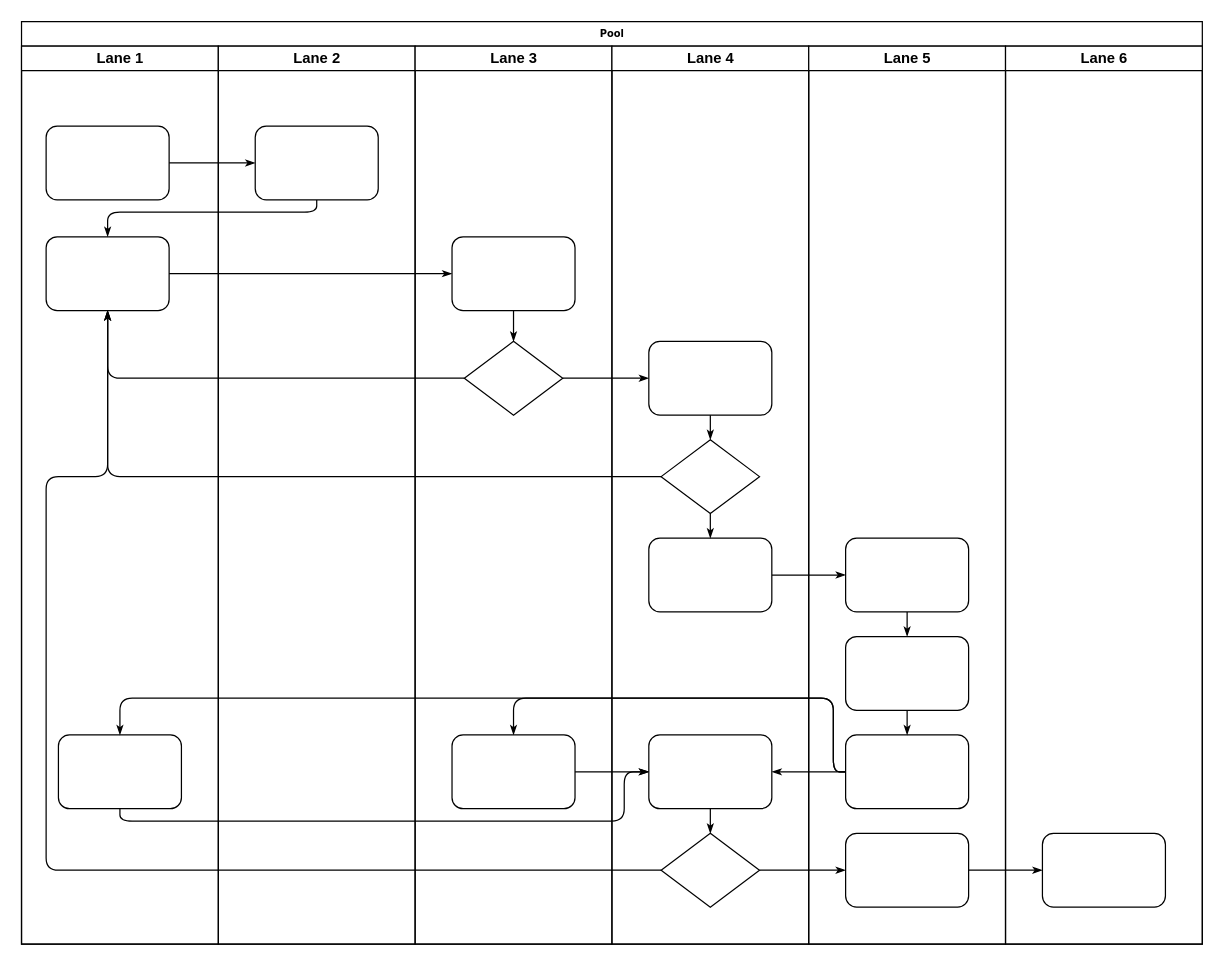
Before: 未命名绘图.drawio in 0xhyperdan/0xhyperdan, a draw.io diagram. Source tidied: cells renumbered, new cells numbered last; positions are measured from the earlier drawing's top-left corner, leaving out a move shared by most shapes. Both pictures are drawn from the tidied source at 123%, with x=0, y=0 at pixel (21, 21).
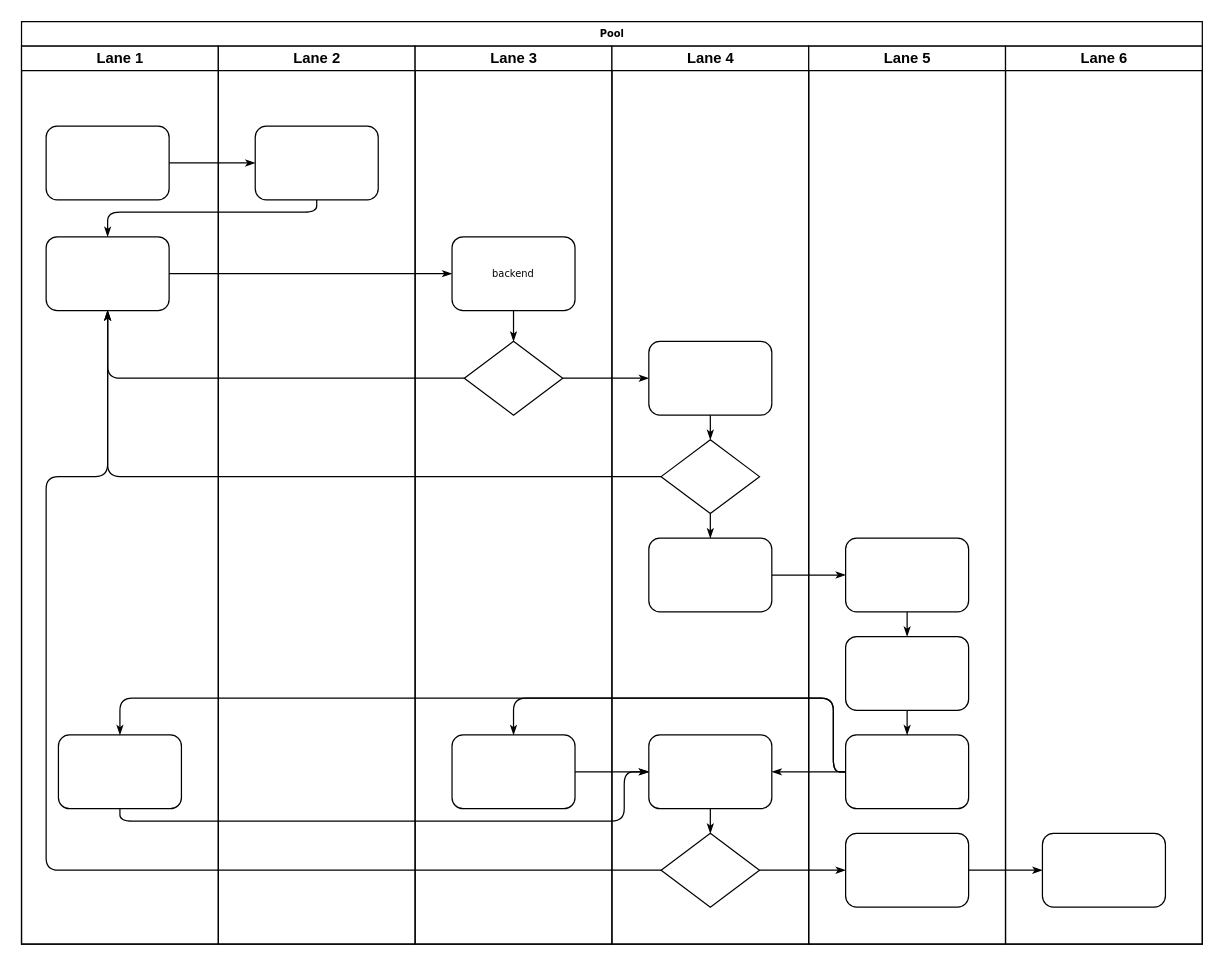
The same diagram, later.

Commit message:
更新未命名绘图.drawio

The change refers to these unchanged cells:
```xml
<mxCell id="24" value="Lane 3" style="swimlane;html=1;startSize=20;" parent="2" vertex="1">
  <mxGeometry x="320" y="20" width="160" height="730" as="geometry" />
</mxCell>
```

What changed in the source:
```diff
@@
-    <mxCell id="25" style="rounded=1;whiteSpace=wrap;html=1;shadow=0;labelBackgroundColor=none;strokeWidth=1;fontFamily=Verdana;fontSize=8;align=center;" parent="24" vertex="1">
+    <mxCell id="25" value="backend" style="rounded=1;whiteSpace=wrap;html=1;shadow=0;labelBackgroundColor=none;strokeWidth=1;fontFamily=Verdana;fontSize=8;align=center;" parent="24" vertex="1">
       <mxGeometry x="30" y="155" width="100" height="60" as="geometry" />
     </mxCell>
```
